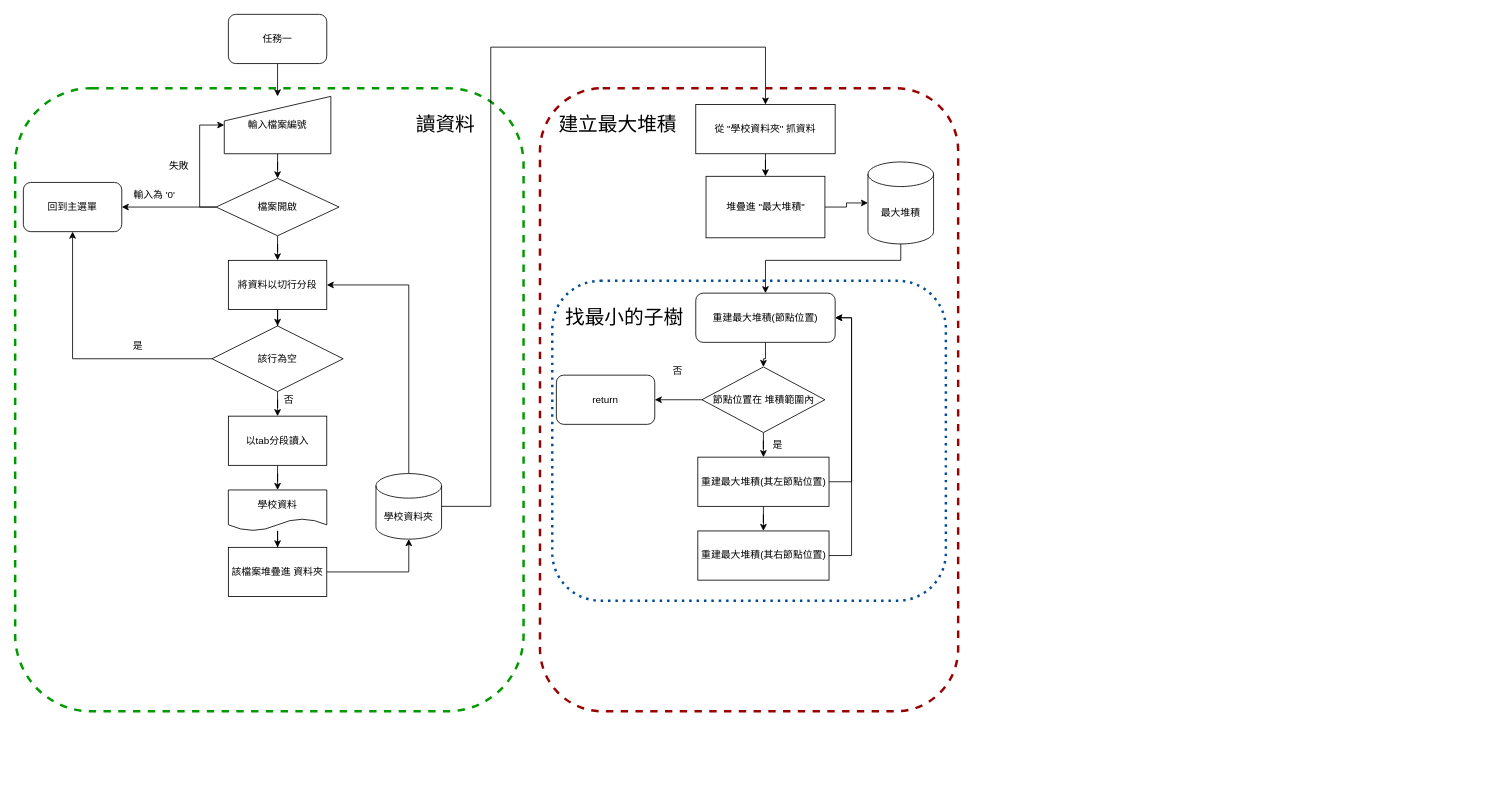
This is heapFlowChart.drawio from PingKP/DataStructure, a draw.io file, before an edit. Source tidied: cells renumbered, new cells numbered last; positions are measured from the earlier drawing's top-left corner, leaving out a move shared by most shapes. Both pictures are drawn from the tidied source at 82%, with x=0, y=0 at pixel (15, 14).
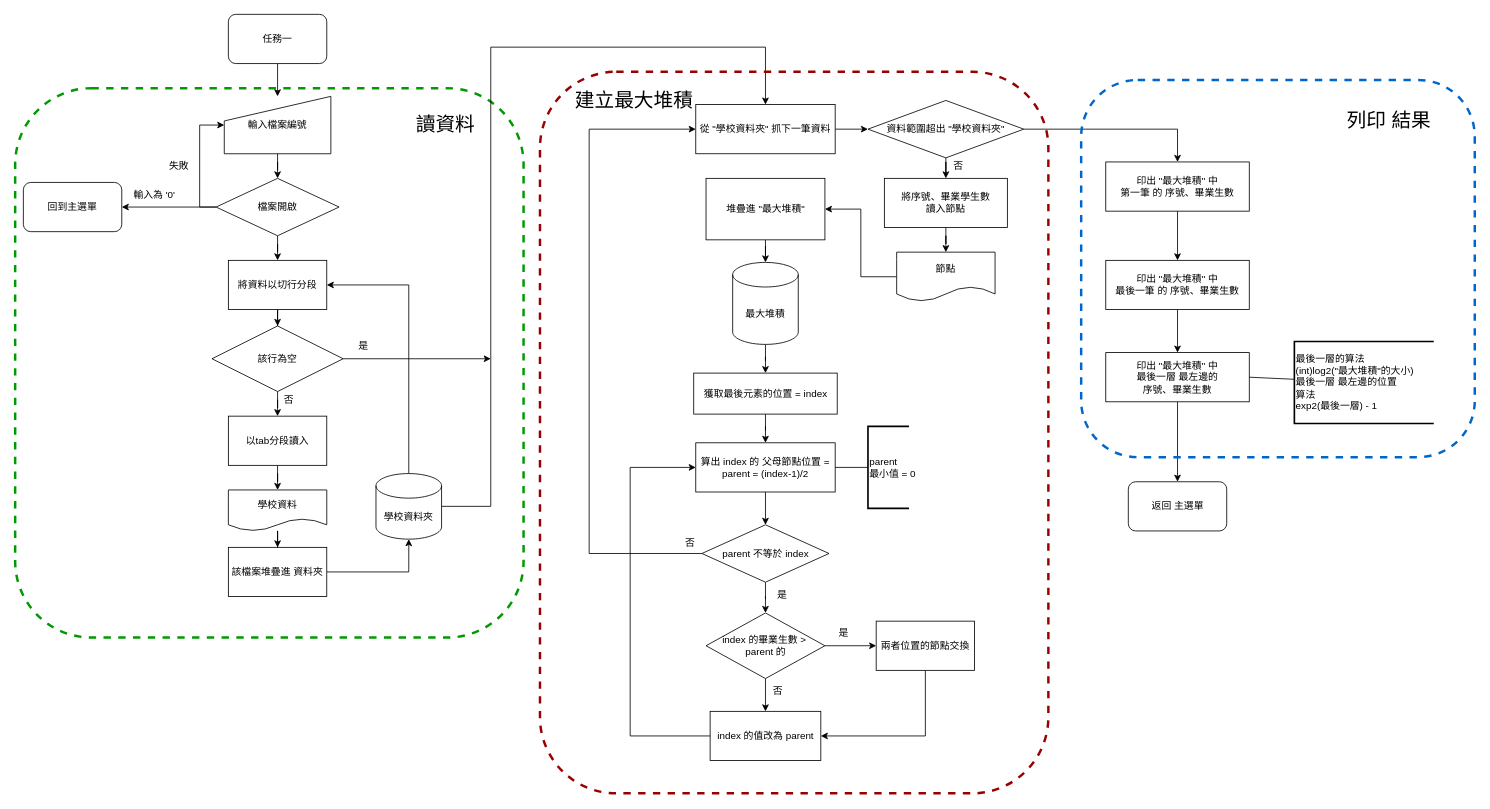
After the change.

The change refers to these unchanged cells:
```xml
<mxCell id="13" value="回到主選單" style="rounded=1;whiteSpace=wrap;html=1;" parent="1" vertex="1">
  <mxGeometry x="10" y="205" width="120" height="60" as="geometry" />
</mxCell>
<mxCell id="31" value="該行為空" style="rhombus;whiteSpace=wrap;html=1;" parent="1" vertex="1">
  <mxGeometry x="240" y="380" width="160" height="80" as="geometry" />
</mxCell>
```

Diff of the diagram source:
```diff
@@
-    <mxCell id="2" style="rounded=1;whiteSpace=wrap;html=1;fillColor=none;strokeColor=#004C99;dashed=1;dashPattern=1 2;strokeWidth=3;" parent="1" vertex="1">
-      <mxGeometry x="655" y="325" width="480" height="390" as="geometry" />
-    </mxCell>
     <mxCell id="3" style="rounded=1;whiteSpace=wrap;html=1;strokeColor=#009900;dashed=1;strokeWidth=3;fillColor=none;glass=0;" parent="1" vertex="1">
-      <mxGeometry y="90" width="620" height="760" as="geometry" />
+      <mxGeometry y="90" width="620" height="670" as="geometry" />
     </mxCell>
@@
     <mxCell id="27" style="rounded=1;whiteSpace=wrap;html=1;strokeWidth=3;fillColor=none;strokeColor=#990000;dashed=1;" parent="1" vertex="1">
-      <mxGeometry x="640" y="90" width="510" height="760" as="geometry" />
+      <mxGeometry x="640" y="70" width="620" height="880" as="geometry" />
     </mxCell>
     <mxCell id="28" value="&lt;font style=&quot;font-size: 24px;&quot;&gt;建立最大堆積&lt;/font&gt;" style="text;html=1;align=center;verticalAlign=middle;whiteSpace=wrap;rounded=0;" parent="1" vertex="1">
-      <mxGeometry x="660" y="120" width="150" height="30" as="geometry" />
+      <mxGeometry x="680" y="90" width="150" height="30" as="geometry" />
     </mxCell>
-    <mxCell id="29" style="edgeStyle=orthogonalEdgeStyle;rounded=0;jettySize=auto;html=1;exitX=0;exitY=0.5;exitDx=0;exitDy=0;" parent="1" edge="1" source="31" target="13">
-      <mxGeometry relative="1" as="geometry" />
-    </mxCell>
@@
+    <mxCell id="54" style="edgeStyle=orthogonalEdgeStyle;rounded=0;jettySize=auto;html=1;exitX=1;exitY=0.5;exitDx=0;exitDy=0;" parent="1" edge="1" source="31">
+      <mxGeometry relative="1" as="geometry">
+        <mxPoint x="580" y="420" as="targetPoint" />
+      </mxGeometry>
+    </mxCell>
@@
     <mxCell id="32" value="是" style="text;html=1;align=center;verticalAlign=middle;whiteSpace=wrap;rounded=0;" parent="1" vertex="1">
-      <mxGeometry x="120" y="390" width="60" height="30" as="geometry" />
+      <mxGeometry x="395" y="390" width="60" height="30" as="geometry" />
     </mxCell>
@@
-    <mxCell id="34" style="edgeStyle=orthogonalEdgeStyle;rounded=0;jettySize=auto;html=1;" parent="1" edge="1" source="35" target="37">
-      <mxGeometry relative="1" as="geometry" />
-    </mxCell>
+    <mxCell id="55" style="edgeStyle=orthogonalEdgeStyle;rounded=0;jettySize=auto;html=1;" parent="1" edge="1" source="35" target="83">
+      <mxGeometry relative="1" as="geometry" />
+    </mxCell>
-    <mxCell id="35" value="從 &quot;學校資料夾&quot; 抓資料" style="rounded=0;whiteSpace=wrap;html=1;" parent="1" vertex="1">
+    <mxCell id="35" value="從 &quot;學校資料夾&quot; 抓下一筆資料" style="rounded=0;whiteSpace=wrap;html=1;" parent="1" vertex="1">
       <mxGeometry x="830" y="110" width="170" height="60" as="geometry" />
     </mxCell>
@@
     <mxCell id="37" value="堆疊進 &quot;最大堆積&quot;" style="rounded=0;whiteSpace=wrap;html=1;" parent="1" vertex="1">
-      <mxGeometry x="842.5" y="197.5" width="145" height="75" as="geometry" />
+      <mxGeometry x="842.5" y="200" width="145" height="75" as="geometry" />
     </mxCell>
-    <mxCell id="38" style="edgeStyle=orthogonalEdgeStyle;rounded=0;jettySize=auto;html=1;" parent="1" edge="1" source="39" target="42">
-      <mxGeometry relative="1" as="geometry" />
-    </mxCell>
-    <mxCell id="39" value="重建最大堆積(節點位置)" style="rounded=1;whiteSpace=wrap;html=1;" parent="1" vertex="1">
-      <mxGeometry x="830" y="340" width="170" height="60" as="geometry" />
-    </mxCell>
-    <mxCell id="40" style="edgeStyle=orthogonalEdgeStyle;rounded=0;jettySize=auto;html=1;" parent="1" edge="1" source="42" target="43">
-      <mxGeometry relative="1" as="geometry" />
-    </mxCell>
-    <mxCell id="41" style="edgeStyle=orthogonalEdgeStyle;rounded=0;jettySize=auto;html=1;" parent="1" edge="1" source="42" target="47">
-      <mxGeometry relative="1" as="geometry" />
-    </mxCell>
-    <mxCell id="42" value="節點位置在 堆積範圍內" style="rhombus;whiteSpace=wrap;html=1;" parent="1" vertex="1">
-      <mxGeometry x="837.5" y="430" width="150" height="80" as="geometry" />
-    </mxCell>
-    <mxCell id="43" value="return" style="rounded=1;whiteSpace=wrap;html=1;" parent="1" vertex="1">
-      <mxGeometry x="660" y="440" width="120" height="60" as="geometry" />
-    </mxCell>
-    <mxCell id="44" value="否" style="text;html=1;align=center;verticalAlign=middle;whiteSpace=wrap;rounded=0;" parent="1" vertex="1">
-      <mxGeometry x="777.5" y="420" width="60" height="30" as="geometry" />
-    </mxCell>
-    <mxCell id="45" style="edgeStyle=orthogonalEdgeStyle;rounded=0;jettySize=auto;html=1;" parent="1" edge="1" source="47" target="49">
-      <mxGeometry relative="1" as="geometry" />
-    </mxCell>
-    <mxCell id="46" style="edgeStyle=orthogonalEdgeStyle;rounded=0;jettySize=auto;html=1;exitX=1;exitY=0.5;exitDx=0;exitDy=0;entryX=1;entryY=0.5;entryDx=0;entryDy=0;" parent="1" edge="1" source="47" target="39">
-      <mxGeometry relative="1" as="geometry" />
-    </mxCell>
-    <mxCell id="47" value="重建最大堆積(其左節點位置)" style="rounded=0;whiteSpace=wrap;html=1;" parent="1" vertex="1">
-      <mxGeometry x="832.5" y="540" width="160" height="60" as="geometry" />
-    </mxCell>
-    <mxCell id="48" style="edgeStyle=orthogonalEdgeStyle;rounded=0;jettySize=auto;html=1;exitX=1;exitY=0.5;exitDx=0;exitDy=0;entryX=1;entryY=0.5;entryDx=0;entryDy=0;" parent="1" edge="1" source="49" target="39">
-      <mxGeometry relative="1" as="geometry" />
-    </mxCell>
-    <mxCell id="49" value="重建最大堆積(其右節點位置)" style="rounded=0;whiteSpace=wrap;html=1;" parent="1" vertex="1">
-      <mxGeometry x="832.5" y="630" width="160" height="60" as="geometry" />
-    </mxCell>
-    <mxCell id="50" value="&lt;font style=&quot;font-size: 24px;&quot;&gt;找最小的子樹&lt;/font&gt;" style="text;html=1;align=center;verticalAlign=middle;whiteSpace=wrap;rounded=0;" parent="1" vertex="1">
-      <mxGeometry x="647.5" y="350" width="190" height="40" as="geometry" />
-    </mxCell>
-    <mxCell id="51" value="是" style="text;html=1;align=center;verticalAlign=middle;whiteSpace=wrap;rounded=0;" parent="1" vertex="1">
-      <mxGeometry x="900" y="510" width="60" height="30" as="geometry" />
-    </mxCell>
-    <mxCell id="52" style="edgeStyle=orthogonalEdgeStyle;rounded=0;jettySize=auto;html=1;exitX=0.5;exitY=1;exitDx=0;exitDy=0;exitPerimeter=0;entryX=0.5;entryY=0;entryDx=0;entryDy=0;" parent="1" edge="1" source="53" target="39">
-      <mxGeometry relative="1" as="geometry">
-        <Array as="points">
-          <mxPoint x="1080" y="300" />
-          <mxPoint x="915" y="300" />
-        </Array>
-      </mxGeometry>
-    </mxCell>
+    <mxCell id="56" style="edgeStyle=orthogonalEdgeStyle;rounded=0;jettySize=auto;html=1;" parent="1" edge="1" source="53" target="58">
+      <mxGeometry relative="1" as="geometry" />
+    </mxCell>
     <mxCell id="53" value="最大堆積" style="shape=cylinder3;whiteSpace=wrap;html=1;boundedLbl=1;backgroundOutline=1;size=15;" parent="1" vertex="1">
-      <mxGeometry x="1040" y="180" width="80" height="100" as="geometry" />
+      <mxGeometry x="875" y="302.5" width="80" height="100" as="geometry" />
     </mxCell>
+    <mxCell id="57" style="edgeStyle=orthogonalEdgeStyle;rounded=0;jettySize=auto;html=1;" parent="1" edge="1" source="58" target="60">
+      <mxGeometry relative="1" as="geometry" />
+    </mxCell>
+    <mxCell id="58" value="獲取最後元素的位置 = index" style="rounded=0;whiteSpace=wrap;html=1;" parent="1" vertex="1">
+      <mxGeometry x="827.5" y="437.5" width="175" height="50" as="geometry" />
+    </mxCell>
+    <mxCell id="59" style="edgeStyle=orthogonalEdgeStyle;rounded=0;jettySize=auto;html=1;entryX=0.5;entryY=0;entryDx=0;entryDy=0;" parent="1" edge="1" source="60" target="63">
+      <mxGeometry relative="1" as="geometry" />
+    </mxCell>
+    <mxCell id="60" value="算出 index 的 父母節點位置 = parent = (index-1)/2" style="rounded=0;whiteSpace=wrap;html=1;" parent="1" vertex="1">
+      <mxGeometry x="830" y="522.5" width="170" height="60" as="geometry" />
+    </mxCell>
+    <mxCell id="61" style="edgeStyle=orthogonalEdgeStyle;rounded=0;jettySize=auto;html=1;" parent="1" edge="1" source="63" target="73">
+      <mxGeometry relative="1" as="geometry" />
+    </mxCell>
+    <mxCell id="62" style="edgeStyle=orthogonalEdgeStyle;rounded=0;jettySize=auto;html=1;exitX=0;exitY=0.5;exitDx=0;exitDy=0;entryX=0;entryY=0.5;entryDx=0;entryDy=0;" parent="1" edge="1" source="63" target="35">
+      <mxGeometry relative="1" as="geometry">
+        <Array as="points">
+          <mxPoint x="700" y="658" />
+          <mxPoint x="700" y="140" />
+        </Array>
+      </mxGeometry>
+    </mxCell>
+    <mxCell id="63" value="parent 不等於 index" style="rhombus;whiteSpace=wrap;html=1;" parent="1" vertex="1">
+      <mxGeometry x="837.5" y="622.5" width="155" height="70" as="geometry" />
+    </mxCell>
+    <mxCell id="64" value="&lt;div&gt;parent&lt;/div&gt;最小值 = 0" style="strokeWidth=2;html=1;shape=mxgraph.flowchart.annotation_1;align=left;" parent="1" vertex="1">
+      <mxGeometry x="1040" y="502.5" width="50" height="100" as="geometry" />
+    </mxCell>
+    <mxCell id="65" style="endArrow=none;html=1;rounded=0;" parent="1" edge="1" source="60" target="64">
+      <mxGeometry relative="1" as="geometry" />
+    </mxCell>
+    <mxCell id="66" value="否" style="text;html=1;align=center;verticalAlign=middle;strokeColor=none;fillColor=none;" parent="1" vertex="1">
+      <mxGeometry x="802.5" y="630" width="40" height="30" as="geometry" />
+    </mxCell>
+    <mxCell id="67" style="edgeStyle=orthogonalEdgeStyle;rounded=0;jettySize=auto;html=1;exitX=0;exitY=0.5;exitDx=0;exitDy=0;entryX=1;entryY=0.5;entryDx=0;entryDy=0;" parent="1" edge="1" source="68" target="37">
+      <mxGeometry relative="1" as="geometry" />
+    </mxCell>
+    <mxCell id="68" value="節點" style="shape=document;whiteSpace=wrap;html=1;boundedLbl=1;" parent="1" vertex="1">
+      <mxGeometry x="1075" y="290" width="120" height="60" as="geometry" />
+    </mxCell>
+    <mxCell id="69" style="edgeStyle=orthogonalEdgeStyle;rounded=0;jettySize=auto;html=1;" parent="1" edge="1" source="70" target="68">
+      <mxGeometry relative="1" as="geometry" />
+    </mxCell>
+    <mxCell id="70" value="將序號、畢業學生數&lt;div&gt;讀入節點&lt;/div&gt;" style="rounded=0;whiteSpace=wrap;html=1;" parent="1" vertex="1">
+      <mxGeometry x="1060" y="200" width="150" height="60" as="geometry" />
+    </mxCell>
+    <mxCell id="71" style="edgeStyle=orthogonalEdgeStyle;rounded=0;jettySize=auto;html=1;" parent="1" edge="1" source="73" target="76">
+      <mxGeometry relative="1" as="geometry" />
+    </mxCell>
+    <mxCell id="72" style="edgeStyle=orthogonalEdgeStyle;rounded=0;jettySize=auto;html=1;" parent="1" edge="1" source="73" target="79">
+      <mxGeometry relative="1" as="geometry" />
+    </mxCell>
+    <mxCell id="73" value="index 的畢業生數 &amp;gt;&amp;nbsp;&lt;div&gt;parent 的&lt;/div&gt;" style="rhombus;whiteSpace=wrap;html=1;" parent="1" vertex="1">
+      <mxGeometry x="842.5" y="730" width="145" height="80" as="geometry" />
+    </mxCell>
+    <mxCell id="74" value="是" style="text;html=1;align=center;verticalAlign=middle;strokeColor=none;fillColor=none;" parent="1" vertex="1">
+      <mxGeometry x="915" y="692.5" width="40" height="30" as="geometry" />
+    </mxCell>
+    <mxCell id="75" style="edgeStyle=orthogonalEdgeStyle;rounded=0;jettySize=auto;html=1;exitX=0;exitY=0.5;exitDx=0;exitDy=0;entryX=0;entryY=0.5;entryDx=0;entryDy=0;" parent="1" edge="1" source="76" target="60">
+      <mxGeometry relative="1" as="geometry">
+        <Array as="points">
+          <mxPoint x="750" y="880" />
+          <mxPoint x="750" y="553" />
+        </Array>
+      </mxGeometry>
+    </mxCell>
+    <mxCell id="76" value="index 的值改為 parent" style="rounded=0;whiteSpace=wrap;html=1;" parent="1" vertex="1">
+      <mxGeometry x="847.5" y="850" width="135" height="60" as="geometry" />
+    </mxCell>
+    <mxCell id="77" value="否" style="text;html=1;align=center;verticalAlign=middle;strokeColor=none;fillColor=none;" parent="1" vertex="1">
+      <mxGeometry x="910" y="810" width="40" height="30" as="geometry" />
+    </mxCell>
+    <mxCell id="78" style="edgeStyle=orthogonalEdgeStyle;rounded=0;jettySize=auto;html=1;exitX=0.5;exitY=1;exitDx=0;exitDy=0;entryX=1;entryY=0.5;entryDx=0;entryDy=0;" parent="1" edge="1" source="79" target="76">
+      <mxGeometry relative="1" as="geometry" />
+    </mxCell>
+    <mxCell id="79" value="兩者位置的節點交換" style="whiteSpace=wrap;html=1;" parent="1" vertex="1">
+      <mxGeometry x="1050" y="740" width="120" height="60" as="geometry" />
+    </mxCell>
+    <mxCell id="80" value="是" style="text;html=1;align=center;verticalAlign=middle;strokeColor=none;fillColor=none;" parent="1" vertex="1">
+      <mxGeometry x="990" y="740" width="40" height="30" as="geometry" />
+    </mxCell>
+    <mxCell id="81" style="edgeStyle=orthogonalEdgeStyle;rounded=0;jettySize=auto;html=1;" parent="1" edge="1" source="83" target="70">
+      <mxGeometry relative="1" as="geometry" />
+    </mxCell>
+    <mxCell id="82" style="edgeStyle=orthogonalEdgeStyle;rounded=0;jettySize=auto;html=1;" parent="1" edge="1" source="83" target="86">
+      <mxGeometry relative="1" as="geometry" />
+    </mxCell>
+    <mxCell id="83" value="資料範圍超出 &quot;學校資料夾&quot;" style="rhombus;whiteSpace=wrap;html=1;" parent="1" vertex="1">
+      <mxGeometry x="1040" y="105" width="190" height="70" as="geometry" />
+    </mxCell>
+    <mxCell id="84" value="否" style="text;html=1;align=center;verticalAlign=middle;strokeColor=none;fillColor=none;" parent="1" vertex="1">
+      <mxGeometry x="1130" y="170" width="40" height="30" as="geometry" />
+    </mxCell>
+    <mxCell id="85" style="edgeStyle=orthogonalEdgeStyle;rounded=0;jettySize=auto;html=1;" parent="1" edge="1" source="86" target="88">
+      <mxGeometry relative="1" as="geometry" />
+    </mxCell>
+    <mxCell id="86" value="印出 &quot;最大堆積&quot; 中&lt;div&gt;第一筆 的 序號、畢業生數&lt;/div&gt;" style="whiteSpace=wrap;html=1;" parent="1" vertex="1">
+      <mxGeometry x="1330" y="180" width="175" height="60" as="geometry" />
+    </mxCell>
+    <mxCell id="87" style="edgeStyle=orthogonalEdgeStyle;rounded=0;jettySize=auto;html=1;" parent="1" edge="1" source="88" target="90">
+      <mxGeometry relative="1" as="geometry" />
+    </mxCell>
+    <mxCell id="88" value="印出 &quot;最大堆積&quot; 中&lt;div&gt;最後一筆 的 序號、畢業生數&lt;/div&gt;" style="whiteSpace=wrap;html=1;" parent="1" vertex="1">
+      <mxGeometry x="1330" y="300" width="175" height="60" as="geometry" />
+    </mxCell>
+    <mxCell id="89" style="edgeStyle=orthogonalEdgeStyle;rounded=0;jettySize=auto;html=1;" parent="1" edge="1" source="90" target="93">
+      <mxGeometry relative="1" as="geometry" />
+    </mxCell>
+    <mxCell id="90" value="印出 &quot;最大堆積&quot; 中&lt;div&gt;最後一層 最左邊的&lt;/div&gt;&lt;div&gt;&lt;span style=&quot;background-color: transparent; color: light-dark(rgb(0, 0, 0), rgb(255, 255, 255));&quot;&gt;序號、畢業生數&lt;/span&gt;&lt;/div&gt;" style="whiteSpace=wrap;html=1;" parent="1" vertex="1">
+      <mxGeometry x="1330" y="412.5" width="175" height="60" as="geometry" />
+    </mxCell>
+    <mxCell id="91" value="最後一層的算法&lt;div&gt;(int)log2(&quot;最大堆積&quot;的大小)&lt;/div&gt;&lt;div&gt;&lt;span style=&quot;text-align: center; text-wrap-mode: wrap;&quot;&gt;最後一層 最左邊的位置&lt;/span&gt;&lt;/div&gt;&lt;div&gt;&lt;span style=&quot;text-align: center; text-wrap-mode: wrap;&quot;&gt;算法&lt;/span&gt;&lt;/div&gt;&lt;div&gt;&lt;span style=&quot;text-align: center; text-wrap-mode: wrap;&quot;&gt;exp2(最後一層) - 1&lt;/span&gt;&lt;/div&gt;" style="strokeWidth=2;html=1;shape=mxgraph.flowchart.annotation_1;align=left;" parent="1" vertex="1">
+      <mxGeometry x="1560" y="399" width="170" height="100" as="geometry" />
+    </mxCell>
+    <mxCell id="92" style="endArrow=none;html=1;rounded=0;exitX=1;exitY=0.5;exitDx=0;exitDy=0;" parent="1" edge="1" source="90" target="91">
+      <mxGeometry relative="1" as="geometry" />
+    </mxCell>
+    <mxCell id="93" value="返回 主選單" style="rounded=1;whiteSpace=wrap;html=1;" parent="1" vertex="1">
+      <mxGeometry x="1357.5" y="570" width="120" height="60" as="geometry" />
+    </mxCell>
+    <mxCell id="94" style="rounded=1;whiteSpace=wrap;html=1;fillColor=none;dashed=1;strokeColor=#0066CC;strokeWidth=3;" parent="1" vertex="1">
+      <mxGeometry x="1300" y="80" width="480" height="460" as="geometry" />
+    </mxCell>
+    <mxCell id="95" value="&lt;font style=&quot;font-size: 24px;&quot;&gt;列印 結果&lt;/font&gt;" style="text;html=1;align=center;verticalAlign=middle;strokeColor=none;fillColor=none;" parent="1" vertex="1">
+      <mxGeometry x="1610" y="110" width="130" height="40" as="geometry" />
+    </mxCell>
```
